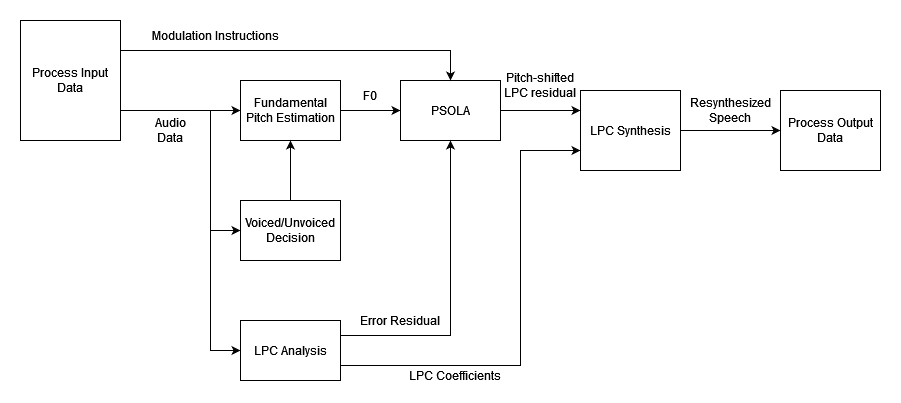
Before: BlockDiagram.png, a diagram exported from draw.io (smissner/VoicePitchModulation). Source tidied: cells renumbered, new cells last; positions are measured from the earlier drawing's top-left corner, leaving out a move shared by most shapes.
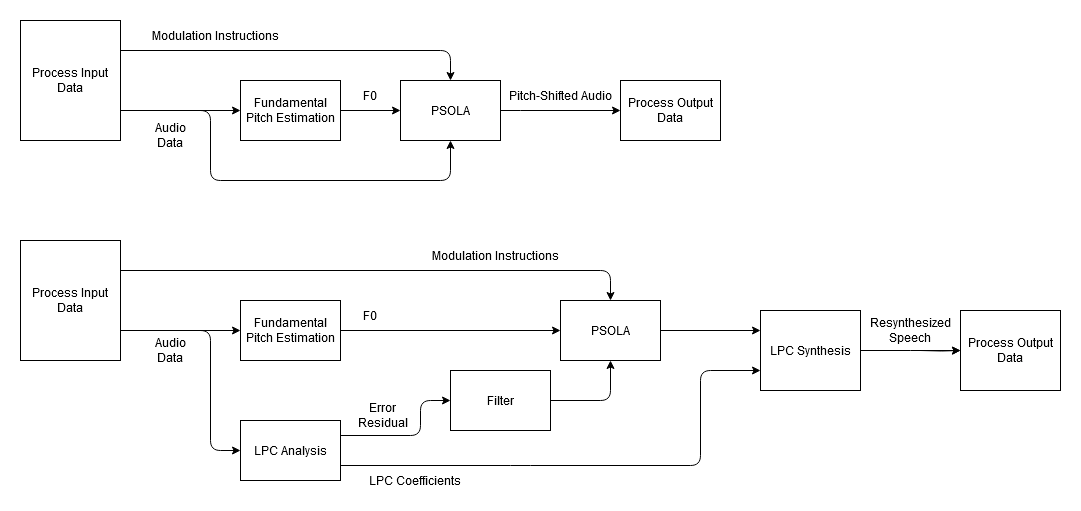
After the change.

Commit message:
Final block diagram update

What changed in the source:
```diff
@@ -14,46 +14,20 @@
     <mxCell id="5" value="Fundamental Pitch Estimation" style="rounded=0;whiteSpace=wrap;html=1;" parent="1" vertex="1">
       <mxGeometry x="220" y="60" width="100" height="60" as="geometry" />
     </mxCell>
-    <mxCell id="6" value="Voiced/Unvoiced Decision" style="rounded=0;whiteSpace=wrap;html=1;" parent="1" vertex="1">
-      <mxGeometry x="220" y="180" width="100" height="60" as="geometry" />
-    </mxCell>
-    <mxCell id="7" style="endArrow=classic;html=1;rounded=0;exitX=1;exitY=0.75;exitDx=0;exitDy=0;entryX=0;entryY=0.5;entryDx=0;entryDy=0;" parent="1" edge="1" source="3" target="6">
-      <mxGeometry relative="1" as="geometry">
-        <Array as="points">
-          <mxPoint x="190" y="90" />
-          <mxPoint x="190" y="210" />
-        </Array>
-      </mxGeometry>
-    </mxCell>
     <mxCell id="8" value="PSOLA" style="rounded=0;whiteSpace=wrap;html=1;" parent="1" vertex="1">
       <mxGeometry x="380" y="60" width="100" height="60" as="geometry" />
     </mxCell>
-    <mxCell id="9" value="LPC Analysis" style="rounded=0;whiteSpace=wrap;html=1;" parent="1" vertex="1">
-      <mxGeometry x="220" y="300" width="100" height="60" as="geometry" />
-    </mxCell>
-    <mxCell id="10" value="LPC Synthesis" style="rounded=0;whiteSpace=wrap;html=1;" parent="1" vertex="1">
-      <mxGeometry x="560" y="70" width="100" height="80" as="geometry" />
-    </mxCell>
     <mxCell id="11" value="Audio Data" style="text;html=1;align=center;verticalAlign=middle;whiteSpace=wrap;rounded=0;" parent="1" vertex="1">
-      <mxGeometry x="120" y="95" width="60" height="30" as="geometry" />
+      <mxGeometry x="120" y="100" width="60" height="30" as="geometry" />
     </mxCell>
-    <mxCell id="12" style="endArrow=classic;html=1;rounded=0;exitX=1;exitY=0.5;exitDx=0;exitDy=0;entryX=0;entryY=0.25;entryDx=0;entryDy=0;" parent="1" edge="1" source="8" target="10">
+    <mxCell id="12" style="endArrow=classic;html=1;rounded=0;exitX=1;exitY=0.5;exitDx=0;exitDy=0;entryX=0;entryY=0.5;entryDx=0;entryDy=0;" parent="1" edge="1" source="8" target="17">
       <mxGeometry relative="1" as="geometry">
         <Array as="points">
           <mxPoint x="500" y="90" />
         </Array>
       </mxGeometry>
     </mxCell>
-    <mxCell id="13" style="endArrow=classic;html=1;rounded=0;exitX=1;exitY=0.75;exitDx=0;exitDy=0;entryX=0;entryY=0.75;entryDx=0;entryDy=0;" parent="1" edge="1" source="9" target="10">
-      <mxGeometry relative="1" as="geometry">
-        <Array as="points">
-          <mxPoint x="500" y="345" />
-          <mxPoint x="500" y="215" />
-          <mxPoint x="500" y="130" />
-        </Array>
-      </mxGeometry>
-    </mxCell>
-    <mxCell id="14" style="endArrow=classic;html=1;rounded=0;exitX=1;exitY=0.25;exitDx=0;exitDy=0;entryX=0.5;entryY=0;entryDx=0;entryDy=0;" parent="1" edge="1" source="3" target="8">
+    <mxCell id="14" style="endArrow=classic;html=1;rounded=1;exitX=1;exitY=0.25;exitDx=0;exitDy=0;entryX=0.5;entryY=0;entryDx=0;entryDy=0;curved=0;" parent="1" edge="1" source="3" target="8">
       <mxGeometry relative="1" as="geometry">
         <Array as="points">
           <mxPoint x="430" y="30" />
@@ -63,49 +37,120 @@
     <mxCell id="15" value="Modulation Instructions" style="text;html=1;align=center;verticalAlign=middle;whiteSpace=wrap;rounded=0;" parent="1" vertex="1">
       <mxGeometry x="130" width="130" height="30" as="geometry" />
     </mxCell>
-    <mxCell id="16" style="endArrow=classic;html=1;rounded=0;exitX=1;exitY=0.75;exitDx=0;exitDy=0;entryX=0;entryY=0.5;entryDx=0;entryDy=0;" parent="1" edge="1" source="3" target="9">
-      <mxGeometry relative="1" as="geometry">
-        <Array as="points">
-          <mxPoint x="190" y="90" />
-          <mxPoint x="190" y="330" />
-        </Array>
-      </mxGeometry>
-    </mxCell>
     <mxCell id="17" value="Process Output Data" style="rounded=0;whiteSpace=wrap;html=1;" parent="1" vertex="1">
-      <mxGeometry x="760" y="70" width="100" height="80" as="geometry" />
+      <mxGeometry x="600" y="60" width="100" height="60" as="geometry" />
     </mxCell>
-    <mxCell id="18" style="endArrow=classic;html=1;rounded=0;entryX=0;entryY=0.5;entryDx=0;entryDy=0;exitX=1;exitY=0.5;exitDx=0;exitDy=0;" parent="1" edge="1" source="10" target="17">
-      <mxGeometry relative="1" as="geometry">
-        <Array as="points">
-          <mxPoint x="680" y="110" />
-        </Array>
-      </mxGeometry>
-    </mxCell>
+    <mxCell id="23" value="F0" style="text;html=1;align=center;verticalAlign=middle;whiteSpace=wrap;rounded=0;" parent="1" vertex="1">
+      <mxGeometry x="340" y="60" width="20" height="30" as="geometry" />
+    </mxCell>
+    <mxCell id="26" style="edgeStyle=orthogonalEdgeStyle;rounded=0;jettySize=auto;html=1;exitX=1;exitY=0.75;exitDx=0;exitDy=0;" parent="1" edge="1" source="27" target="29">
+      <mxGeometry relative="1" as="geometry" />
+    </mxCell>
+    <mxCell id="27" value="Process Input Data" style="rounded=0;whiteSpace=wrap;html=1;" parent="1" vertex="1">
+      <mxGeometry y="220" width="100" height="120" as="geometry" />
+    </mxCell>
+    <mxCell id="28" style="edgeStyle=orthogonalEdgeStyle;rounded=0;jettySize=auto;html=1;entryX=0;entryY=0.5;entryDx=0;entryDy=0;" parent="1" edge="1" source="29" target="30">
+      <mxGeometry relative="1" as="geometry" />
+    </mxCell>
+    <mxCell id="29" value="Fundamental Pitch Estimation" style="rounded=0;whiteSpace=wrap;html=1;" parent="1" vertex="1">
+      <mxGeometry x="220" y="280" width="100" height="60" as="geometry" />
+    </mxCell>
+    <mxCell id="30" value="PSOLA" style="rounded=0;whiteSpace=wrap;html=1;" parent="1" vertex="1">
+      <mxGeometry x="540" y="280" width="100" height="60" as="geometry" />
+    </mxCell>
+    <mxCell id="9" value="LPC Analysis" style="rounded=0;whiteSpace=wrap;html=1;" parent="1" vertex="1">
+      <mxGeometry x="220" y="400" width="100" height="60" as="geometry" />
+    </mxCell>
+    <mxCell id="31" style="edgeStyle=orthogonalEdgeStyle;rounded=0;jettySize=auto;html=1;" parent="1" edge="1" source="10">
+      <mxGeometry relative="1" as="geometry">
+        <mxPoint x="940" y="330" as="targetPoint" />
+      </mxGeometry>
+    </mxCell>
+    <mxCell id="10" value="LPC Synthesis" style="rounded=0;whiteSpace=wrap;html=1;" parent="1" vertex="1">
+      <mxGeometry x="740" y="290" width="100" height="80" as="geometry" />
+    </mxCell>
+    <mxCell id="32" value="Audio Data" style="text;html=1;align=center;verticalAlign=middle;whiteSpace=wrap;rounded=0;" parent="1" vertex="1">
+      <mxGeometry x="120" y="315" width="60" height="30" as="geometry" />
+    </mxCell>
+    <mxCell id="13" style="endArrow=classic;html=1;rounded=1;exitX=1;exitY=0.75;exitDx=0;exitDy=0;entryX=0;entryY=0.75;entryDx=0;entryDy=0;curved=0;" parent="1" edge="1" source="9" target="10">
+      <mxGeometry relative="1" as="geometry">
+        <Array as="points">
+          <mxPoint x="500" y="445" />
+          <mxPoint x="680" y="445" />
+          <mxPoint x="680" y="350" />
+        </Array>
+      </mxGeometry>
+    </mxCell>
+    <mxCell id="33" style="endArrow=classic;html=1;rounded=1;exitX=1;exitY=0.25;exitDx=0;exitDy=0;entryX=0.5;entryY=0;entryDx=0;entryDy=0;curved=0;" parent="1" edge="1" source="27" target="30">
+      <mxGeometry relative="1" as="geometry">
+        <Array as="points">
+          <mxPoint x="590" y="250" />
+        </Array>
+      </mxGeometry>
+    </mxCell>
+    <mxCell id="34" value="Modulation Instructions" style="text;html=1;align=center;verticalAlign=middle;whiteSpace=wrap;rounded=0;" parent="1" vertex="1">
+      <mxGeometry x="410" y="220" width="130" height="30" as="geometry" />
+    </mxCell>
+    <mxCell id="35" style="endArrow=classic;html=1;rounded=1;exitX=1;exitY=0.75;exitDx=0;exitDy=0;entryX=0;entryY=0.5;entryDx=0;entryDy=0;curved=0;" parent="1" edge="1" source="27" target="9">
+      <mxGeometry relative="1" as="geometry">
+        <Array as="points">
+          <mxPoint x="190" y="310" />
+          <mxPoint x="190" y="430" />
+        </Array>
+      </mxGeometry>
+    </mxCell>
+    <mxCell id="36" value="Process Output Data" style="rounded=0;whiteSpace=wrap;html=1;" parent="1" vertex="1">
+      <mxGeometry x="940" y="290" width="100" height="80" as="geometry" />
+    </mxCell>
     <mxCell id="19" value="&lt;div&gt;Resynthesized&lt;/div&gt;&lt;div&gt;Speech&lt;br&gt;&lt;/div&gt;" style="text;html=1;align=center;verticalAlign=middle;whiteSpace=wrap;rounded=0;" parent="1" vertex="1">
-      <mxGeometry x="660" y="70" width="100" height="40" as="geometry" />
+      <mxGeometry x="840" y="290" width="100" height="40" as="geometry" />
     </mxCell>
     <mxCell id="20" value="LPC Coefficients" style="text;html=1;align=center;verticalAlign=middle;whiteSpace=wrap;rounded=0;" parent="1" vertex="1">
-      <mxGeometry x="380" y="350" width="110" height="10" as="geometry" />
+      <mxGeometry x="340" y="450" width="110" height="20" as="geometry" />
     </mxCell>
-    <mxCell id="21" style="endArrow=classic;html=1;rounded=0;exitX=1;exitY=0.25;exitDx=0;exitDy=0;entryX=0.5;entryY=1;entryDx=0;entryDy=0;" parent="1" edge="1" source="9" target="8">
-      <mxGeometry relative="1" as="geometry">
-        <Array as="points">
-          <mxPoint x="430" y="315" />
-          <mxPoint x="430" y="185" />
-        </Array>
-      </mxGeometry>
-    </mxCell>
     <mxCell id="22" value="Error Residual" style="text;html=1;align=center;verticalAlign=middle;whiteSpace=wrap;rounded=0;" parent="1" vertex="1">
-      <mxGeometry x="330" y="290" width="100" height="20" as="geometry" />
+      <mxGeometry x="330" y="380" width="65" height="30" as="geometry" />
     </mxCell>
-    <mxCell id="23" value="F0" style="text;html=1;align=center;verticalAlign=middle;whiteSpace=wrap;rounded=0;" parent="1" vertex="1">
-      <mxGeometry x="340" y="60" width="20" height="30" as="geometry" />
-    </mxCell>
-    <mxCell id="24" style="endArrow=classic;html=1;rounded=0;exitX=0.5;exitY=0;exitDx=0;exitDy=0;entryX=0.5;entryY=1;entryDx=0;entryDy=0;" parent="1" edge="1" source="6" target="5">
-      <mxGeometry relative="1" as="geometry" />
-    </mxCell>
-    <mxCell id="25" value="Pitch-shifted LPC residual" style="text;html=1;align=center;verticalAlign=middle;whiteSpace=wrap;rounded=0;" parent="1" vertex="1">
-      <mxGeometry x="480" y="40" width="80" height="50" as="geometry" />
-    </mxCell>
+    <mxCell id="37" value="F0" style="text;html=1;align=center;verticalAlign=middle;whiteSpace=wrap;rounded=0;" parent="1" vertex="1">
+      <mxGeometry x="340" y="280" width="20" height="30" as="geometry" />
+    </mxCell>
+    <mxCell id="38" value="Pitch-Shifted Audio" style="text;html=1;align=center;verticalAlign=middle;whiteSpace=wrap;rounded=0;" parent="1" vertex="1">
+      <mxGeometry x="480" y="60" width="120" height="30" as="geometry" />
+    </mxCell>
+    <mxCell id="39" style="endArrow=classic;html=1;rounded=1;exitX=1;exitY=0.75;exitDx=0;exitDy=0;entryX=0.5;entryY=1;entryDx=0;entryDy=0;curved=0;" parent="1" edge="1" source="3" target="8">
+      <mxGeometry relative="1" as="geometry">
+        <Array as="points">
+          <mxPoint x="190" y="90" />
+          <mxPoint x="190" y="160" />
+          <mxPoint x="430" y="160" />
+        </Array>
+      </mxGeometry>
+    </mxCell>
+    <mxCell id="40" style="edgeStyle=orthogonalEdgeStyle;rounded=0;jettySize=auto;html=1;" parent="1" edge="1" target="36">
+      <mxGeometry relative="1" as="geometry">
+        <mxPoint x="900" y="330" as="sourcePoint" />
+      </mxGeometry>
+    </mxCell>
+    <mxCell id="41" value="Filter" style="rounded=0;whiteSpace=wrap;html=1;" parent="1" vertex="1">
+      <mxGeometry x="430" y="350" width="100" height="60" as="geometry" />
+    </mxCell>
+    <mxCell id="42" style="endArrow=classic;html=1;rounded=1;exitX=1;exitY=0.25;exitDx=0;exitDy=0;entryX=0;entryY=0.5;entryDx=0;entryDy=0;curved=0;" parent="1" edge="1" source="9" target="41">
+      <mxGeometry relative="1" as="geometry">
+        <Array as="points">
+          <mxPoint x="400" y="415" />
+          <mxPoint x="400" y="380" />
+        </Array>
+      </mxGeometry>
+    </mxCell>
+    <mxCell id="43" style="endArrow=classic;html=1;rounded=1;exitX=1;exitY=0.5;exitDx=0;exitDy=0;entryX=0.5;entryY=1;entryDx=0;entryDy=0;curved=0;" parent="1" edge="1" source="41" target="30">
+      <mxGeometry relative="1" as="geometry">
+        <Array as="points">
+          <mxPoint x="590" y="380" />
+        </Array>
+      </mxGeometry>
+    </mxCell>
+    <mxCell id="44" style="endArrow=classic;html=1;rounded=0;exitX=1;exitY=0.5;exitDx=0;exitDy=0;entryX=0;entryY=0.25;entryDx=0;entryDy=0;" parent="1" edge="1" source="30" target="10">
+      <mxGeometry relative="1" as="geometry" />
+    </mxCell>
   </root>
 </mxGraphModel>
```
